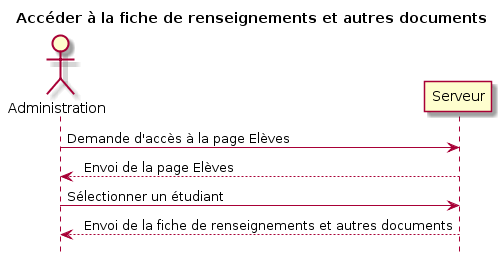
Above: Diagramme/ADMIN/Acceder a la fiche de renseignements et autres documents.png in Lilieon/MOCI---Projet-stage (PlantUML), before the change.
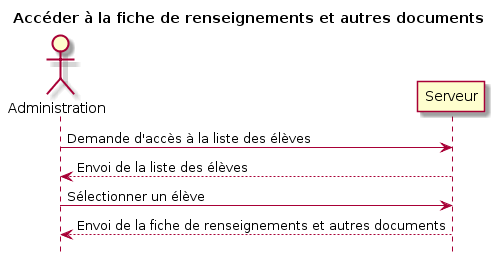
The same diagram one commit later.

Change to the diagram source:
```diff
@@ -5,12 +5,12 @@
 actor Administration
 
 
-Administration  -> Serveur: Demande d'accès à la page Elèves
-Serveur --> Administration : Envois de la page Elèves
+Administration  -> Serveur: Demande d'accès à la liste des élèves
+Serveur --> Administration : Envoi de la liste des élèves
 
 
-Administration  -> Serveur: Sélectionner un étudiant
-Serveur --> Administration : Envois de la fiche de renseignements et autres documents
+Administration  -> Serveur: Sélectionner un élève
+Serveur --> Administration : Envoi de la fiche de renseignements et autres documents
 
 
 
```
